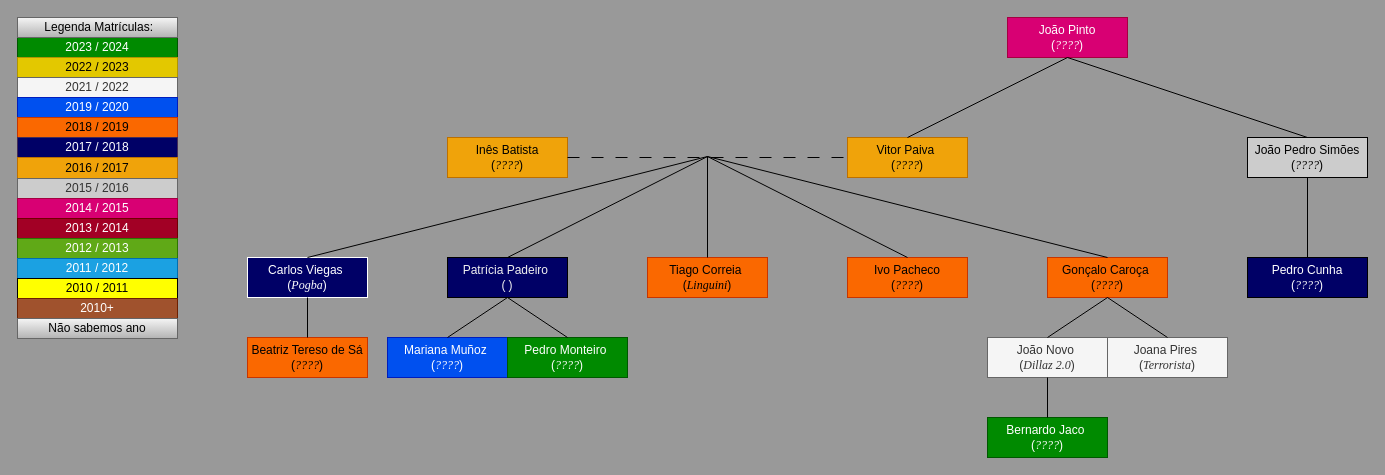
Earlier version of the draw.io diagram Draw.io/Familia_do_João_Pinto.drawio (pdmtmr/PDMTMRTESTLOCATION-AKA-ARBUSTO). Source tidied: cells renumbered, new cells numbered last; positions are measured from the earlier drawing's top-left corner, leaving out a move shared by most shapes. Both pictures are drawn from the tidied source at 100%, with x=0, y=0 at pixel (17, 17).
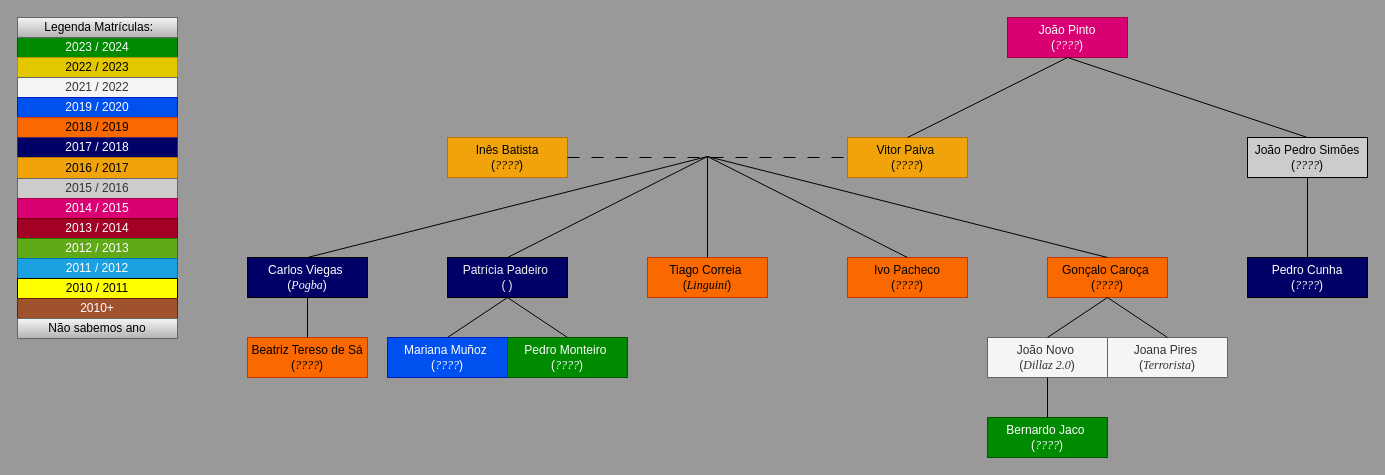
Above is the later version.

What changed in the source:
```diff
@@
-    <mxCell id="22" value="&lt;div&gt;Carlos Viegas&amp;nbsp;&lt;/div&gt;&lt;div&gt;(&lt;font face=&quot;Times New Roman&quot;&gt;&lt;i&gt;Pogba&lt;/i&gt;&lt;/font&gt;)&lt;/div&gt;" style="rounded=0;whiteSpace=wrap;html=1;fillColor=#000066;fontColor=#FFFFFF;strokeColor=#FFFFFF;" parent="1" vertex="1">
+    <mxCell id="22" value="&lt;div&gt;Carlos Viegas&amp;nbsp;&lt;/div&gt;&lt;div&gt;(&lt;font face=&quot;Times New Roman&quot;&gt;&lt;i&gt;Pogba&lt;/i&gt;&lt;/font&gt;)&lt;/div&gt;" style="rounded=0;whiteSpace=wrap;html=1;fillColor=#000066;fontColor=#FFFFFF;strokeColor=#000000;" parent="1" vertex="1">
       <mxGeometry x="230" y="240" width="120" height="40" as="geometry" />
     </mxCell>
```
